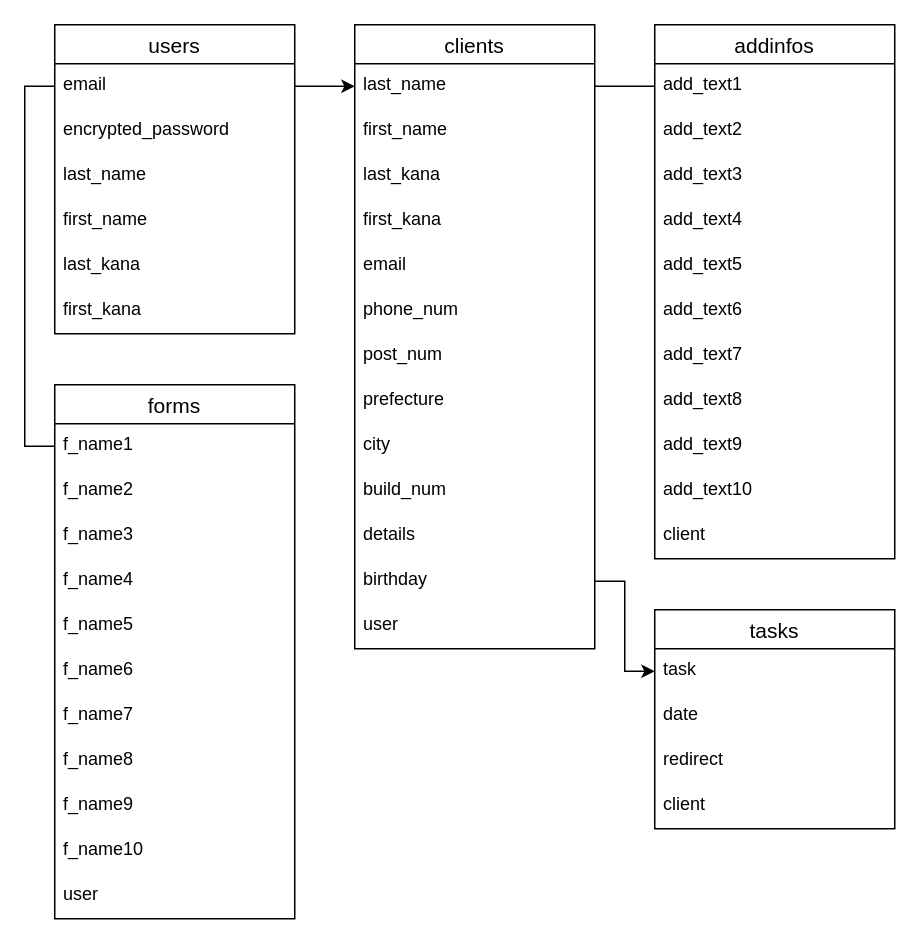
miyamoto-yoshiki/myclient keeps this draw.io diagram as data.dio. Above is the earlier version. Source tidied: cells renumbered, new cells numbered last; positions are measured from the earlier drawing's top-left corner, leaving out a move shared by most shapes. Both pictures are drawn from the tidied source at 150%, with x=0, y=0 at pixel (54, 24).
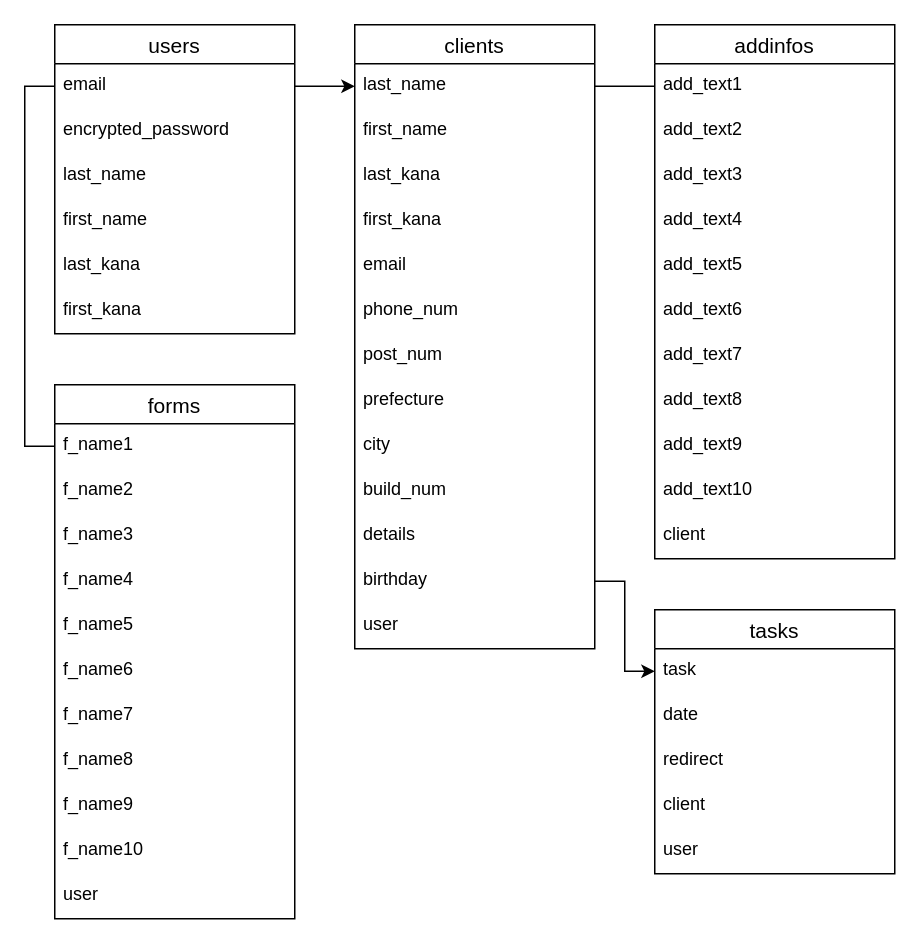
The same diagram, later.

Commit message (it also covers changes not shown here):
写真、文章の差し替え

Diff of the diagram source:
```diff
@@
     <mxCell id="50" value="tasks" style="swimlane;fontStyle=0;horizontal=1;startSize=26;align=center;fontSize=14;" parent="1" vertex="1">
-      <mxGeometry x="400" y="390" width="160" height="146" as="geometry" />
+      <mxGeometry x="400" y="390" width="160" height="176" as="geometry" />
     </mxCell>
@@
+    <mxCell id="56" value="client" style="text;strokeColor=none;fillColor=none;spacingLeft=4;spacingRight=4;overflow=hidden;fontSize=12;" parent="50" vertex="1">
+      <mxGeometry y="116" width="160" height="30" as="geometry" />
+    </mxCell>
-    <mxCell id="54" value="client" style="text;strokeColor=none;fillColor=none;spacingLeft=4;spacingRight=4;overflow=hidden;fontSize=12;" parent="50" vertex="1">
-      <mxGeometry y="116" width="160" height="30" as="geometry" />
+    <mxCell id="54" value="user" style="text;strokeColor=none;fillColor=none;spacingLeft=4;spacingRight=4;overflow=hidden;fontSize=12;" parent="50" vertex="1">
+      <mxGeometry y="146" width="160" height="30" as="geometry" />
     </mxCell>
```
